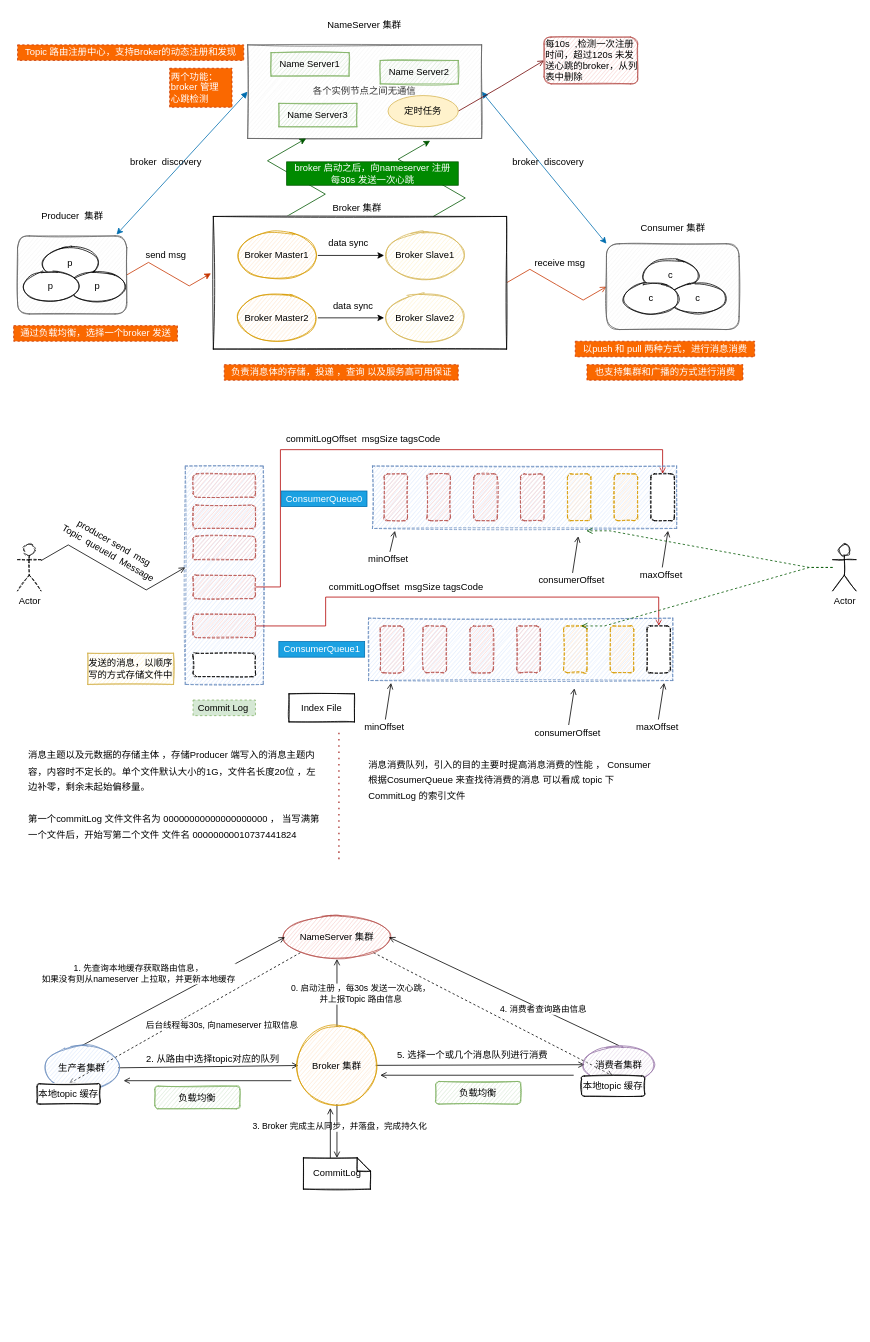
The draw.io diagram page "第 4 页" (4 of 4) of 消息中间件(mq)实战.drawio in topyuluo/photo-project, before the edit. Source tidied: cells renumbered, new cells numbered last; positions are measured from the earlier drawing's top-left corner, leaving out a move shared by most shapes. Both pictures are drawn from the tidied source at 78%, with x=0, y=0 at pixel (13, 13).
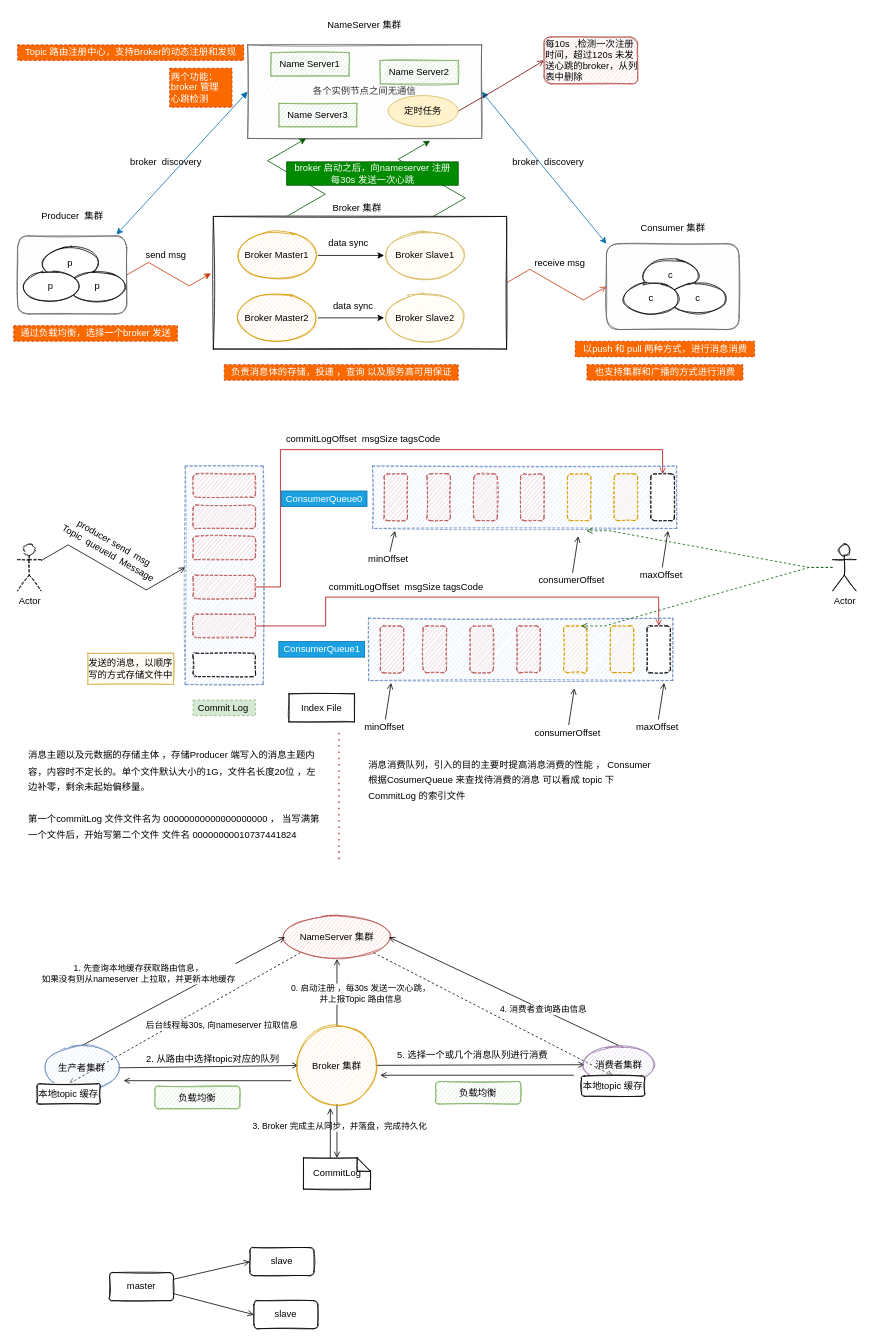
The same diagram, later.

Commit message:
更新消息中间件(mq)实战.drawio

What changed in the source:
```diff
@@
+    <mxCell id="127" style="edgeStyle=none;rounded=0;jettySize=auto;html=1;entryX=0;entryY=0.5;entryDx=0;entryDy=0;startArrow=none;startFill=0;endArrow=open;endFill=0;" parent="1" edge="1" source="129" target="130">
+      <mxGeometry relative="1" as="geometry" />
+    </mxCell>
+    <mxCell id="128" style="edgeStyle=none;rounded=0;jettySize=auto;html=1;entryX=0;entryY=0.5;entryDx=0;entryDy=0;startArrow=none;startFill=0;endArrow=open;endFill=0;exitX=1;exitY=0.75;exitDx=0;exitDy=0;" parent="1" edge="1" source="129" target="131">
+      <mxGeometry relative="1" as="geometry" />
+    </mxCell>
+    <mxCell id="129" value="master" style="rounded=1;whiteSpace=wrap;html=1;shadow=0;sketch=1;align=center;" parent="1" vertex="1">
+      <mxGeometry x="123" y="1614" width="82" height="36" as="geometry" />
+    </mxCell>
+    <mxCell id="130" value="slave" style="rounded=1;whiteSpace=wrap;html=1;shadow=0;sketch=1;align=center;" parent="1" vertex="1">
+      <mxGeometry x="303" y="1582" width="82" height="36" as="geometry" />
+    </mxCell>
+    <mxCell id="131" value="slave" style="rounded=1;whiteSpace=wrap;html=1;shadow=0;sketch=1;align=center;" parent="1" vertex="1">
+      <mxGeometry x="308" y="1650" width="82" height="36" as="geometry" />
+    </mxCell>
```
